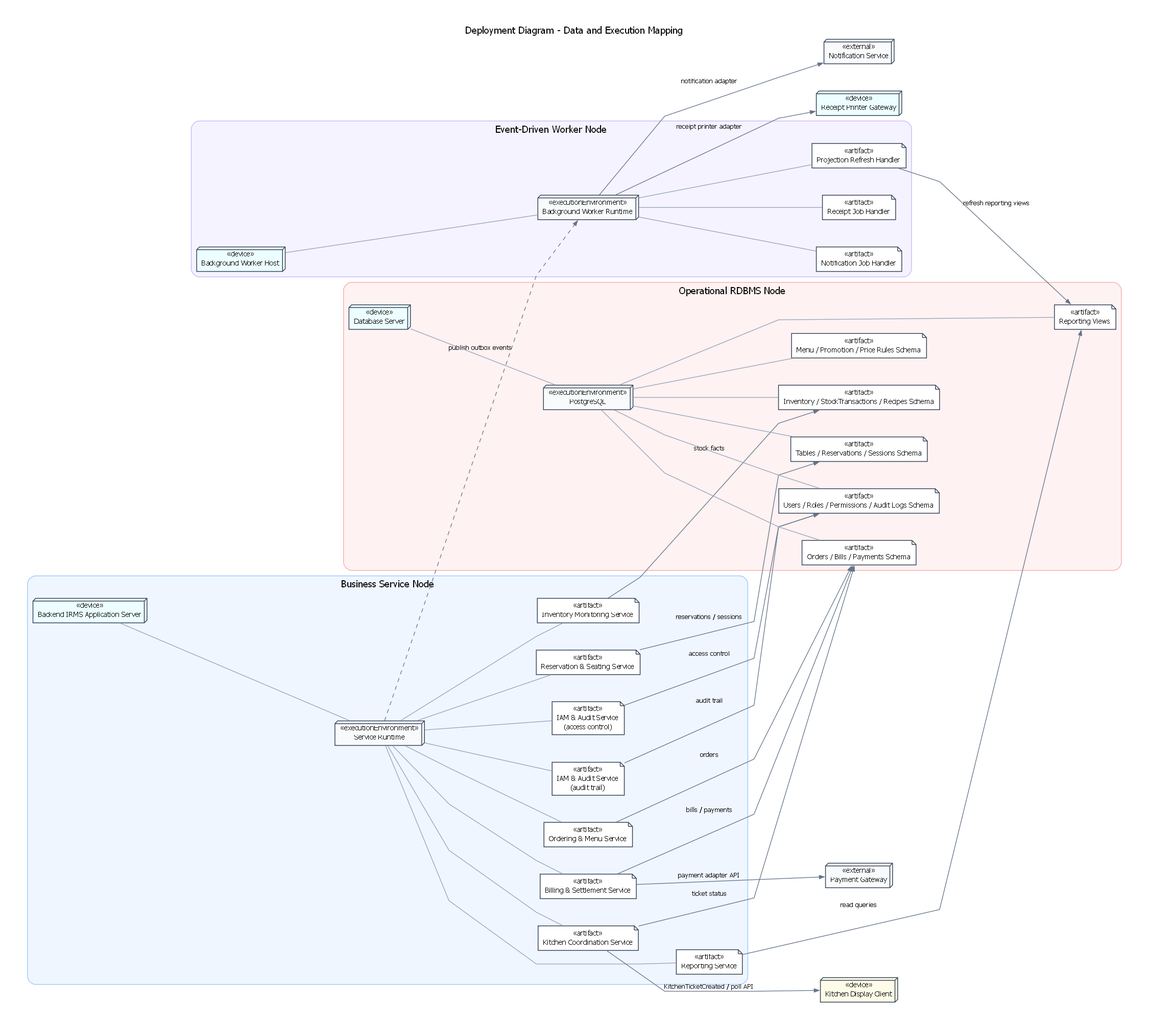
Above: assets/diagrams/rendered/architecture/17_deployment_diagram_data_and_execution_mapping.png in lehoangluan1/SA_IRMS (Graphviz), before the change. Its source is kept beside it as assets/diagrams/source/architecture/17_deployment_diagram_data_and_execution_mapping.dot.
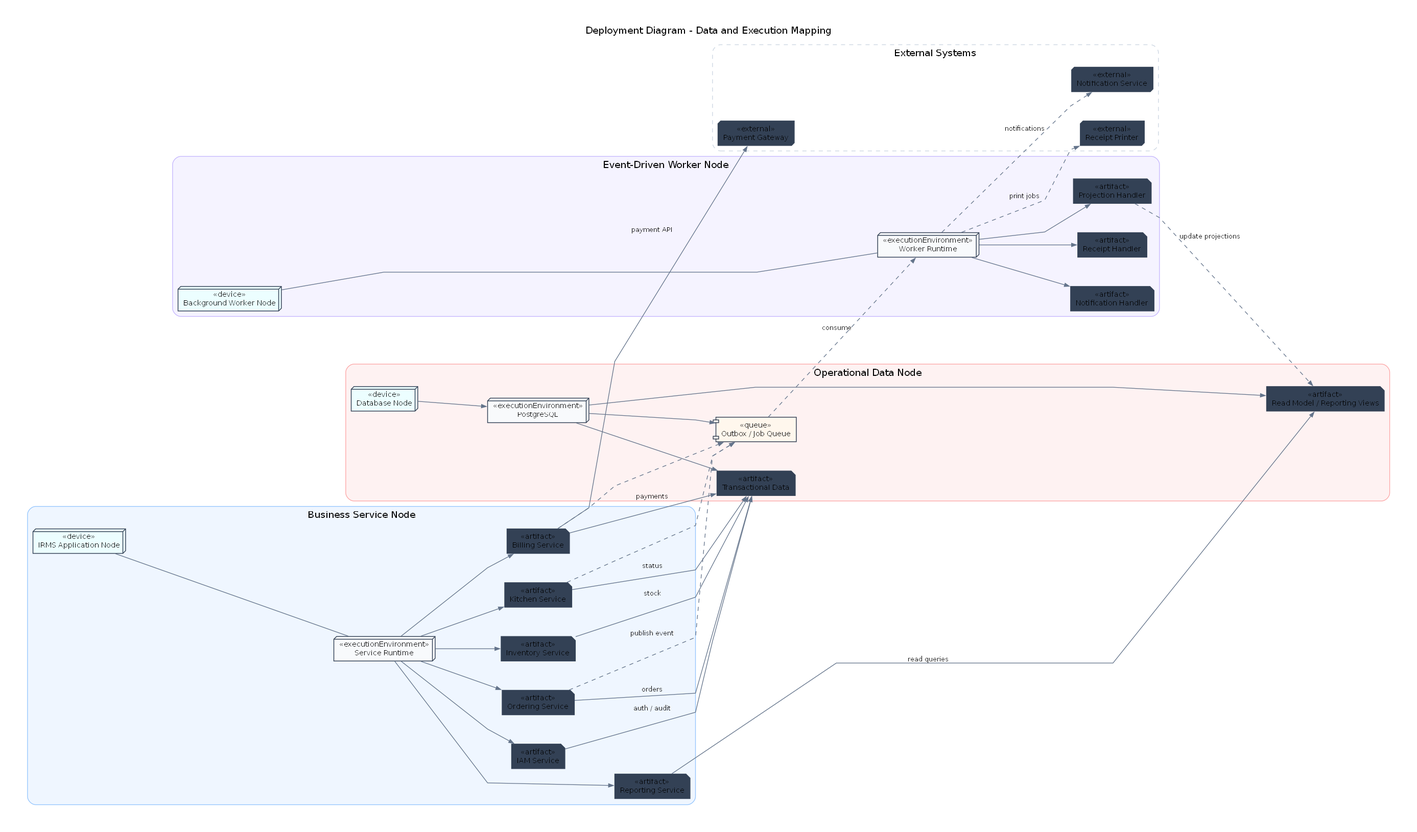
After the change.

Diff of the diagram source:
```diff
@@ -5,55 +5,62 @@
     newrank=true,
     bgcolor="white",
     pad=0.45,
-    nodesep=0.55,
-    ranksep=1.0,
+    nodesep=0.6,
+    ranksep=1.05,
     splines=polyline,
     fontname="DejaVu Sans",
     labelloc="t",
     label="Deployment Diagram - Data and Execution Mapping"
   ];
 
-  node [fontname="DejaVu Sans", fontsize=10.5, color="#334155", penwidth=1.1, style="filled"];
-  edge [fontname="DejaVu Sans", fontsize=9.4, color="#64748B", penwidth=1.0, arrowsize=0.72];
+  node [
+    fontname="DejaVu Sans",
+    fontsize=10.5,
+    color="#334155",
+    penwidth=1.1,
+    style="filled"
+  ];
+
+  edge [
+    fontname="DejaVu Sans",
+    fontsize=9.4,
+    color="#64748B",
+    penwidth=1.0,
+    arrowsize=0.72
+  ];
 
   subgraph cluster_appserver {
     label="Business Service Node";
     color="#93C5FD";
     style="rounded,filled";
     fillcolor="#EFF6FF";
-    apphost [shape=box3d, fillcolor="#ECFEFF", label="«device»
-Backend IRMS Application Server"];
-    apprt [shape=box3d, fillcolor="#F8FAFC", label="«executionEnvironment»
-Service Runtime"];
 
-    reservation [shape=note, fillcolor="#FFFFFF", label="«artifact»
-Reservation & Seating Service"];
-    ordering    [shape=note, fillcolor="#FFFFFF", label="«artifact»
-Ordering & Menu Service"];
-    kitchen     [shape=note, fillcolor="#FFFFFF", label="«artifact»
-Kitchen Coordination Service"];
-    billing     [shape=note, fillcolor="#FFFFFF", label="«artifact»
-Billing & Settlement Service"];
-    inventory   [shape=note, fillcolor="#FFFFFF", label="«artifact»
-Inventory Monitoring Service"];
-    reporting   [shape=note, fillcolor="#FFFFFF", label="«artifact»
-Reporting Service"];
-    iam         [shape=note, fillcolor="#FFFFFF", label="«artifact»
-IAM & Audit Service
-(access control)"];
-    audit       [shape=note, fillcolor="#FFFFFF", label="«artifact»
-IAM & Audit Service
-(audit trail)"];
+    apphost [
+      shape=box3d,
+      fillcolor="#ECFEFF",
+      label="«device»\nIRMS Application Node"
+    ];
 
-    apphost -> apprt [arrowhead=none, color="#94A3B8"];
-    apprt -> reservation [arrowhead=none, color="#94A3B8"];
-    apprt -> ordering    [arrowhead=none, color="#94A3B8"];
-    apprt -> kitchen     [arrowhead=none, color="#94A3B8"];
-    apprt -> billing     [arrowhead=none, color="#94A3B8"];
-    apprt -> inventory   [arrowhead=none, color="#94A3B8"];
-    apprt -> reporting   [arrowhead=none, color="#94A3B8"];
-    apprt -> iam         [arrowhead=none, color="#94A3B8"];
-    apprt -> audit       [arrowhead=none, color="#94A3B8"];
+    apprt [
+      shape=box3d,
+      fillcolor="#F8FAFC",
+      label="«executionEnvironment»\nService Runtime"
+    ];
+
+    ordering  [shape=note, label="«artifact»\nOrdering Service"];
+    billing   [shape=note, label="«artifact»\nBilling Service"];
+    kitchen   [shape=note, label="«artifact»\nKitchen Service"];
+    inventory [shape=note, label="«artifact»\nInventory Service"];
+    reporting [shape=note, label="«artifact»\nReporting Service"];
+    iam       [shape=note, label="«artifact»\nIAM Service"];
+
+    apphost -> apprt [arrowhead=none];
+    apprt -> ordering;
+    apprt -> billing;
+    apprt -> kitchen;
+    apprt -> inventory;
+    apprt -> reporting;
+    apprt -> iam;
   }
 
   subgraph cluster_worker {
@@ -61,79 +68,69 @@
     color="#C4B5FD";
     style="rounded,filled";
     fillcolor="#F5F3FF";
-    workerh [shape=box3d, fillcolor="#ECFEFF", label="«device»
-Background Worker Host"];
-    workrt [shape=box3d, fillcolor="#F8FAFC", label="«executionEnvironment»
-Background Worker Runtime"];
-    notifyj [shape=note, fillcolor="#FFFFFF", label="«artifact»
-Notification Job Handler"];
-    receiptj[shape=note, fillcolor="#FFFFFF", label="«artifact»
-Receipt Job Handler"];
-    projj   [shape=note, fillcolor="#FFFFFF", label="«artifact»
-Projection Refresh Handler"];
-    workerh -> workrt [arrowhead=none, color="#94A3B8"];
-    workrt -> notifyj [arrowhead=none, color="#94A3B8"];
-    workrt -> receiptj[arrowhead=none, color="#94A3B8"];
-    workrt -> projj   [arrowhead=none, color="#94A3B8"];
+
+    workerh [shape=box3d, fillcolor="#ECFEFF", label="«device»\nBackground Worker Node"];
+    workrt  [shape=box3d, fillcolor="#F8FAFC", label="«executionEnvironment»\nWorker Runtime"];
+
+    notifyj [shape=note, label="«artifact»\nNotification Handler"];
+    receiptj[shape=note, label="«artifact»\nReceipt Handler"];
+    projj   [shape=note, label="«artifact»\nProjection Handler"];
+
+    workerh -> workrt [arrowhead=none];
+    workrt -> notifyj;
+    workrt -> receiptj;
+    workrt -> projj;
   }
 
   subgraph cluster_db {
-    label="Operational RDBMS Node";
+    label="Operational Data Node";
     color="#FCA5A5";
     style="rounded,filled";
     fillcolor="#FEF2F2";
-    dbhost [shape=box3d, fillcolor="#ECFEFF", label="«device»
-Database Server"];
-    pg [shape=box3d, fillcolor="#F8FAFC", label="«executionEnvironment»
-PostgreSQL"];
 
-    schema_orders [shape=note, fillcolor="#FFFFFF", label="«artifact»
-Orders / Bills / Payments Schema"];
-    schema_tables [shape=note, fillcolor="#FFFFFF", label="«artifact»
-Tables / Reservations / Sessions Schema"];
-    schema_menu   [shape=note, fillcolor="#FFFFFF", label="«artifact»
-Menu / Promotion / Price Rules Schema"];
-    schema_stock  [shape=note, fillcolor="#FFFFFF", label="«artifact»
-Inventory / StockTransactions / Recipes Schema"];
-    schema_iam    [shape=note, fillcolor="#FFFFFF", label="«artifact»
-Users / Roles / Permissions / Audit Logs Schema"];
-    rv            [shape=note, fillcolor="#FFFFFF", label="«artifact»
-Reporting Views"];
+    dbhost [shape=box3d, fillcolor="#ECFEFF", label="«device»\nDatabase Node"];
+    pg     [shape=box3d, fillcolor="#F8FAFC", label="«executionEnvironment»\nPostgreSQL"];
 
-    dbhost -> pg [arrowhead=none, color="#94A3B8"];
-    pg -> schema_orders [arrowhead=none, color="#94A3B8"];
-    pg -> schema_tables [arrowhead=none, color="#94A3B8"];
-    pg -> schema_menu   [arrowhead=none, color="#94A3B8"];
-    pg -> schema_stock  [arrowhead=none, color="#94A3B8"];
-    pg -> schema_iam    [arrowhead=none, color="#94A3B8"];
-    pg -> rv            [arrowhead=none, color="#94A3B8"];
+    txdata [shape=note, label="«artifact»\nTransactional Data"];
+    readm  [shape=note, label="«artifact»\nRead Model / Reporting Views"];
+
+    outbox [shape=component, fillcolor="#FFF7ED", label="«queue»\nOutbox / Job Queue"];
+
+    dbhost -> pg;
+    pg -> txdata;
+    pg -> readm;
+    pg -> outbox;
   }
 
-  kds [shape=box3d, fillcolor="#FEFCE8", label="«device»
-Kitchen Display Client"];
-  printer [shape=box3d, fillcolor="#ECFEFF", label="«device»
-Receipt Printer Gateway"];
-  payment [shape=box3d, fillcolor="#F8FAFC", label="«external»
-Payment Gateway"];
-  notify [shape=box3d, fillcolor="#F8FAFC", label="«external»
-Notification Service"];
+  subgraph cluster_external {
+    label="External Systems";
+    color="#CBD5E1";
+    style="rounded,dashed";
 
-  reservation -> schema_tables [label="reservations / sessions"];
-  ordering    -> schema_orders [label="orders"];
-  kitchen     -> schema_orders [label="ticket status"];
-  billing     -> schema_orders [label="bills / payments"];
-  inventory   -> schema_stock  [label="stock facts"];
-  reporting   -> rv            [label="read queries"];
-  iam         -> schema_iam    [label="access control"];
-  audit       -> schema_iam    [label="audit trail"];
+    payment [shape=box3d, label="«external»\nPayment Gateway"];
+    notify  [shape=box3d, label="«external»\nNotification Service"];
+    printer [shape=box3d, label="«external»\nReceipt Printer"];
+  }
 
-  apprt -> workrt [style=dashed, label="publish outbox events"];
-  projj -> rv [label="refresh reporting views"];
-  workrt -> notify [label="notification adapter"];
-  workrt -> printer [label="receipt printer adapter"];
-  billing -> payment [label="payment adapter API"];
-  kitchen -> kds [label="KitchenTicketCreated / poll API"];
+  ordering -> txdata [label="orders"];
+  billing  -> txdata [label="payments"];
+  kitchen  -> txdata [label="status"];
+  inventory-> txdata [label="stock"];
+  iam      -> txdata [label="auth / audit"];
+  reporting-> readm  [label="read queries"];
+
+  ordering -> outbox [style=dashed, label="publish event"];
+  billing  -> outbox [style=dashed];
+  kitchen  -> outbox [style=dashed];
+
+  outbox -> workrt [style=dashed, label="consume"];
+
+  projj -> readm [style=dashed, label="update projections"];
+  workrt -> notify [style=dashed, label="notifications"];
+  workrt -> printer [style=dashed, label="print jobs"];
+
+  billing -> payment [label="payment API"];
 
   apphost -> workerh [style=invis, weight=8];
-  workerh -> dbhost [style=invis, weight=8];
+  workerh -> dbhost  [style=invis, weight=8];
 }
```
